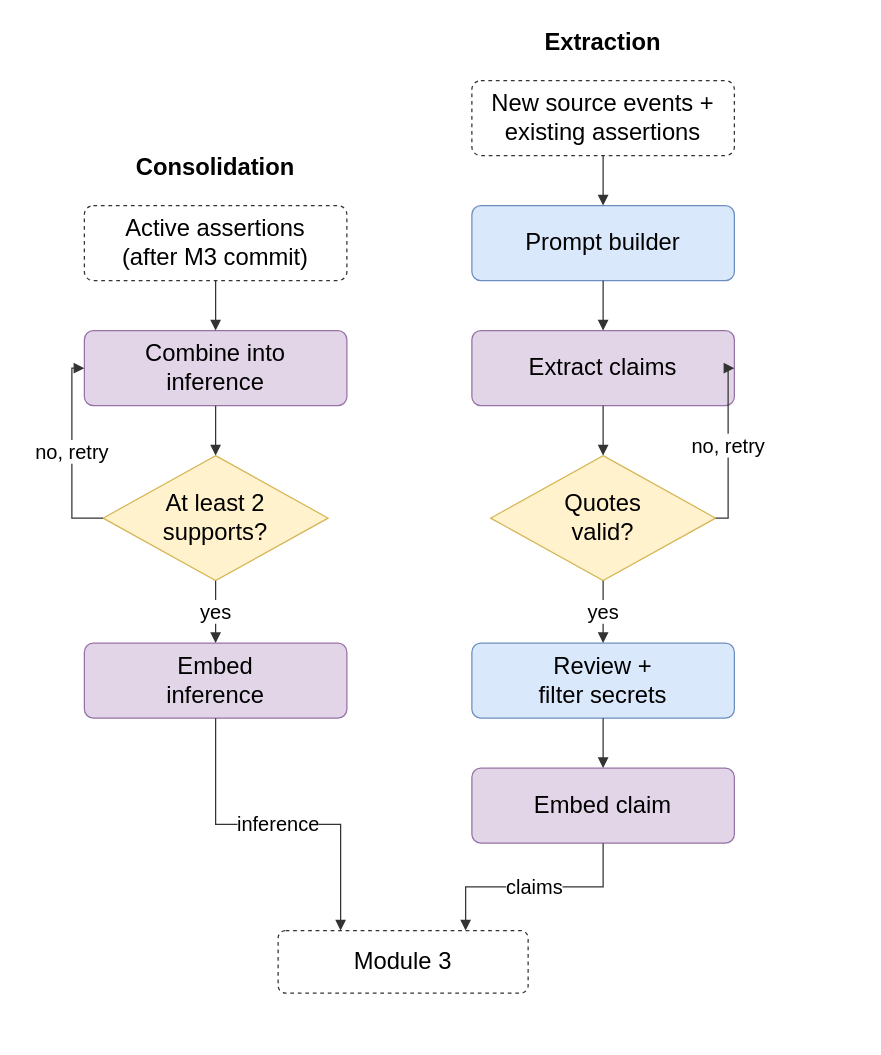
aryaniyaps/sdp-2026 keeps this draw.io diagram as report/diagrams/module-2-knowledge-extraction.drawio. Above is the earlier version. Source tidied: cells renumbered, new cells numbered last; positions are measured from the earlier drawing's top-left corner, leaving out a move shared by most shapes. Both pictures are drawn from the tidied source at 125%, with x=0, y=0 at pixel (84, 24).
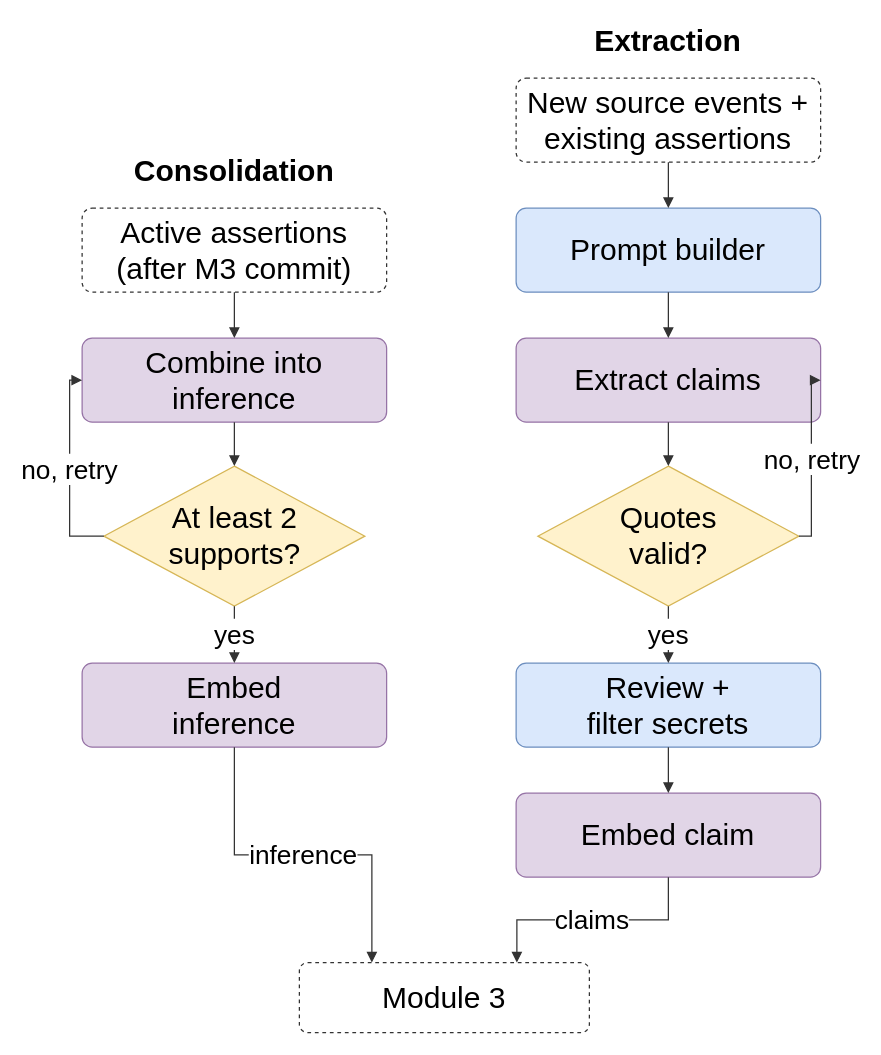
The same diagram, later.

The edit, as a diff of the source:
```diff
@@
-    <mxCell id="2" value="New source events +&lt;br&gt;existing assertions" style="rounded=1;arcSize=12;dashed=1;fillColor=#ffffff;strokeColor=#333333;fontSize=19;fontFamily=Helvetica;whiteSpace=wrap;html=1;" parent="1" vertex="1">
-      <mxGeometry x="310" y="45" width="210" height="60" as="geometry" />
+    <mxCell id="2" value="New source events +&lt;br&gt;existing assertions" style="rounded=1;arcSize=12;dashed=1;fillColor=#ffffff;strokeColor=#333333;fontSize=24;fontFamily=Helvetica;whiteSpace=wrap;html=1;" parent="1" vertex="1">
+      <mxGeometry x="345.4" y="43" width="243.6" height="67.2" as="geometry" />
     </mxCell>
-    <mxCell id="3" value="Prompt builder" style="rounded=1;arcSize=12;fillColor=#dae8fc;strokeColor=#6c8ebf;fontSize=19;fontFamily=Helvetica;whiteSpace=wrap;html=1;" parent="1" vertex="1">
-      <mxGeometry x="310" y="145" width="210" height="60" as="geometry" />
+    <mxCell id="3" value="Prompt builder" style="rounded=1;arcSize=12;fillColor=#dae8fc;strokeColor=#6c8ebf;fontSize=24;fontFamily=Helvetica;whiteSpace=wrap;html=1;" parent="1" vertex="1">
+      <mxGeometry x="345.4" y="147" width="243.6" height="67.2" as="geometry" />
     </mxCell>
-    <mxCell id="4" value="Extract claims" style="rounded=1;arcSize=12;fillColor=#e1d5e7;strokeColor=#9673a6;fontSize=19;fontFamily=Helvetica;whiteSpace=wrap;html=1;" parent="1" vertex="1">
-      <mxGeometry x="310" y="245" width="210" height="60" as="geometry" />
+    <mxCell id="4" value="Extract claims" style="rounded=1;arcSize=12;fillColor=#e1d5e7;strokeColor=#9673a6;fontSize=24;fontFamily=Helvetica;whiteSpace=wrap;html=1;" parent="1" vertex="1">
+      <mxGeometry x="345.4" y="251" width="243.6" height="67.2" as="geometry" />
     </mxCell>
-    <mxCell id="5" value="Quotes&lt;br&gt;valid?" style="rhombus;fillColor=#fff2cc;strokeColor=#d6b656;fontSize=19;fontFamily=Helvetica;whiteSpace=wrap;html=1;" parent="1" vertex="1">
-      <mxGeometry x="325" y="345" width="180" height="100" as="geometry" />
+    <mxCell id="5" value="Quotes&lt;br&gt;valid?" style="rhombus;fillColor=#fff2cc;strokeColor=#d6b656;fontSize=24;fontFamily=Helvetica;whiteSpace=wrap;html=1;" parent="1" vertex="1">
+      <mxGeometry x="362.8" y="353.4" width="208.8" height="112" as="geometry" />
     </mxCell>
-    <mxCell id="6" value="Review +&lt;br&gt;filter secrets" style="rounded=1;arcSize=12;fillColor=#dae8fc;strokeColor=#6c8ebf;fontSize=19;fontFamily=Helvetica;whiteSpace=wrap;html=1;" parent="1" vertex="1">
-      <mxGeometry x="310" y="495" width="210" height="60" as="geometry" />
+    <mxCell id="6" value="Review +&lt;br&gt;filter secrets" style="rounded=1;arcSize=12;fillColor=#dae8fc;strokeColor=#6c8ebf;fontSize=24;fontFamily=Helvetica;whiteSpace=wrap;html=1;" parent="1" vertex="1">
+      <mxGeometry x="345.4" y="511" width="243.6" height="67.2" as="geometry" />
     </mxCell>
-    <mxCell id="7" value="Embed claim" style="rounded=1;arcSize=12;fillColor=#e1d5e7;strokeColor=#9673a6;fontSize=19;fontFamily=Helvetica;whiteSpace=wrap;html=1;" parent="1" vertex="1">
-      <mxGeometry x="310" y="595" width="210" height="60" as="geometry" />
+    <mxCell id="7" value="Embed claim" style="rounded=1;arcSize=12;fillColor=#e1d5e7;strokeColor=#9673a6;fontSize=24;fontFamily=Helvetica;whiteSpace=wrap;html=1;" parent="1" vertex="1">
+      <mxGeometry x="345.4" y="615" width="243.6" height="67.2" as="geometry" />
     </mxCell>
-    <mxCell id="8" value="Active assertions&lt;br&gt;(after M3 commit)" style="rounded=1;arcSize=12;dashed=1;fillColor=#ffffff;strokeColor=#333333;fontSize=19;fontFamily=Helvetica;whiteSpace=wrap;html=1;" parent="1" vertex="1">
-      <mxGeometry y="145" width="210" height="60" as="geometry" />
+    <mxCell id="8" value="Active assertions&lt;br&gt;(after M3 commit)" style="rounded=1;arcSize=12;dashed=1;fillColor=#ffffff;strokeColor=#333333;fontSize=24;fontFamily=Helvetica;whiteSpace=wrap;html=1;" parent="1" vertex="1">
+      <mxGeometry x="-1.8" y="147" width="243.6" height="67.2" as="geometry" />
     </mxCell>
-    <mxCell id="9" value="Combine into&lt;br&gt;inference" style="rounded=1;arcSize=12;fillColor=#e1d5e7;strokeColor=#9673a6;fontSize=19;fontFamily=Helvetica;whiteSpace=wrap;html=1;" parent="1" vertex="1">
-      <mxGeometry y="245" width="210" height="60" as="geometry" />
+    <mxCell id="9" value="Combine into&lt;br&gt;inference" style="rounded=1;arcSize=12;fillColor=#e1d5e7;strokeColor=#9673a6;fontSize=24;fontFamily=Helvetica;whiteSpace=wrap;html=1;" parent="1" vertex="1">
+      <mxGeometry x="-1.8" y="251" width="243.6" height="67.2" as="geometry" />
     </mxCell>
-    <mxCell id="10" value="At least 2&lt;br&gt;supports?" style="rhombus;fillColor=#fff2cc;strokeColor=#d6b656;fontSize=19;fontFamily=Helvetica;whiteSpace=wrap;html=1;" parent="1" vertex="1">
-      <mxGeometry x="15" y="345" width="180" height="100" as="geometry" />
+    <mxCell id="10" value="At least 2&lt;br&gt;supports?" style="rhombus;fillColor=#fff2cc;strokeColor=#d6b656;fontSize=24;fontFamily=Helvetica;whiteSpace=wrap;html=1;" parent="1" vertex="1">
+      <mxGeometry x="15.6" y="353.4" width="208.8" height="112" as="geometry" />
     </mxCell>
-    <mxCell id="11" value="Embed&lt;br&gt;inference" style="rounded=1;arcSize=12;fillColor=#e1d5e7;strokeColor=#9673a6;fontSize=19;fontFamily=Helvetica;whiteSpace=wrap;html=1;" parent="1" vertex="1">
-      <mxGeometry y="495" width="210" height="60" as="geometry" />
+    <mxCell id="11" value="Embed&lt;br&gt;inference" style="rounded=1;arcSize=12;fillColor=#e1d5e7;strokeColor=#9673a6;fontSize=24;fontFamily=Helvetica;whiteSpace=wrap;html=1;" parent="1" vertex="1">
+      <mxGeometry x="-1.8" y="511" width="243.6" height="67.2" as="geometry" />
     </mxCell>
-    <mxCell id="12" value="Module 3" style="rounded=1;arcSize=12;dashed=1;fillColor=#ffffff;strokeColor=#333333;fontSize=19;fontFamily=Helvetica;whiteSpace=wrap;html=1;" parent="1" vertex="1">
-      <mxGeometry x="155" y="725" width="200" height="50" as="geometry" />
+    <mxCell id="12" value="Module 3" style="rounded=1;arcSize=12;dashed=1;fillColor=#ffffff;strokeColor=#333333;fontSize=24;fontFamily=Helvetica;whiteSpace=wrap;html=1;" parent="1" vertex="1">
+      <mxGeometry x="172" y="750.6" width="232" height="56" as="geometry" />
     </mxCell>
-    <mxCell id="13" value="Extraction" style="text;align=left;verticalAlign=middle;fontStyle=1;fontSize=19;fontFamily=Helvetica;whiteSpace=wrap;html=1;align=center;" parent="1" vertex="1">
-      <mxGeometry x="310" width="210" height="30" as="geometry" />
+    <mxCell id="13" value="Extraction" style="text;align=left;verticalAlign=middle;fontStyle=1;fontSize=24;fontFamily=Helvetica;whiteSpace=wrap;html=1;align=center;" parent="1" vertex="1">
+      <mxGeometry x="345.4" y="-2.6" width="243.6" height="33.6" as="geometry" />
     </mxCell>
-    <mxCell id="14" value="Consolidation" style="text;align=left;verticalAlign=middle;fontStyle=1;fontSize=19;fontFamily=Helvetica;whiteSpace=wrap;html=1;align=center;" parent="1" vertex="1">
-      <mxGeometry y="100" width="210" height="30" as="geometry" />
+    <mxCell id="14" value="Consolidation" style="text;align=left;verticalAlign=middle;fontStyle=1;fontSize=24;fontFamily=Helvetica;whiteSpace=wrap;html=1;align=center;" parent="1" vertex="1">
+      <mxGeometry x="-1.8" y="101.4" width="243.6" height="33.6" as="geometry" />
     </mxCell>
-    <mxCell id="15" style="edgeStyle=orthogonalEdgeStyle;rounded=0;html=1;endArrow=block;endFill=1;strokeColor=#333333;fontSize=16;labelBackgroundColor=#ffffff;" parent="1" edge="1" source="2" target="3">
+    <mxCell id="15" style="edgeStyle=orthogonalEdgeStyle;rounded=0;html=1;endArrow=block;endFill=1;strokeColor=#333333;fontSize=21;labelBackgroundColor=#ffffff;" parent="1" edge="1" source="2" target="3">
       <mxGeometry relative="1" as="geometry" />
     </mxCell>
-    <mxCell id="16" style="edgeStyle=orthogonalEdgeStyle;rounded=0;html=1;endArrow=block;endFill=1;strokeColor=#333333;fontSize=16;labelBackgroundColor=#ffffff;" parent="1" edge="1" source="3" target="4">
+    <mxCell id="16" style="edgeStyle=orthogonalEdgeStyle;rounded=0;html=1;endArrow=block;endFill=1;strokeColor=#333333;fontSize=21;labelBackgroundColor=#ffffff;" parent="1" edge="1" source="3" target="4">
       <mxGeometry relative="1" as="geometry" />
     </mxCell>
-    <mxCell id="17" style="edgeStyle=orthogonalEdgeStyle;rounded=0;html=1;endArrow=block;endFill=1;strokeColor=#333333;fontSize=16;labelBackgroundColor=#ffffff;" parent="1" edge="1" source="4" target="5">
+    <mxCell id="17" style="edgeStyle=orthogonalEdgeStyle;rounded=0;html=1;endArrow=block;endFill=1;strokeColor=#333333;fontSize=21;labelBackgroundColor=#ffffff;" parent="1" edge="1" source="4" target="5">
       <mxGeometry relative="1" as="geometry" />
     </mxCell>
-    <mxCell id="18" value="yes" style="edgeStyle=orthogonalEdgeStyle;rounded=0;html=1;endArrow=block;endFill=1;strokeColor=#333333;fontSize=16;labelBackgroundColor=#ffffff;" parent="1" edge="1" source="5" target="6">
+    <mxCell id="18" value="yes" style="edgeStyle=orthogonalEdgeStyle;rounded=0;html=1;endArrow=block;endFill=1;strokeColor=#333333;fontSize=21;labelBackgroundColor=#ffffff;" parent="1" edge="1" source="5" target="6">
       <mxGeometry relative="1" as="geometry" />
     </mxCell>
-    <mxCell id="19" value="no, retry" style="edgeStyle=orthogonalEdgeStyle;rounded=0;html=1;endArrow=block;endFill=1;strokeColor=#333333;fontSize=16;labelBackgroundColor=#ffffff;exitX=1;exitY=0.5;entryX=1;entryY=0.5;" parent="1" edge="1" source="5" target="4">
+    <mxCell id="19" value="no, retry" style="edgeStyle=orthogonalEdgeStyle;rounded=0;html=1;endArrow=block;endFill=1;strokeColor=#333333;fontSize=21;labelBackgroundColor=#ffffff;exitX=1;exitY=0.5;entryX=1;entryY=0.5;" parent="1" edge="1" source="5" target="4">
       <mxGeometry relative="1" as="geometry" />
     </mxCell>
-    <mxCell id="20" style="edgeStyle=orthogonalEdgeStyle;rounded=0;html=1;endArrow=block;endFill=1;strokeColor=#333333;fontSize=16;labelBackgroundColor=#ffffff;" parent="1" edge="1" source="6" target="7">
+    <mxCell id="20" style="edgeStyle=orthogonalEdgeStyle;rounded=0;html=1;endArrow=block;endFill=1;strokeColor=#333333;fontSize=21;labelBackgroundColor=#ffffff;" parent="1" edge="1" source="6" target="7">
       <mxGeometry relative="1" as="geometry" />
     </mxCell>
-    <mxCell id="21" value="claims" style="edgeStyle=orthogonalEdgeStyle;rounded=0;html=1;endArrow=block;endFill=1;strokeColor=#333333;fontSize=16;labelBackgroundColor=#ffffff;exitX=0.5;exitY=1;entryX=0.75;entryY=0;" parent="1" edge="1" source="7" target="12">
+    <mxCell id="21" value="claims" style="edgeStyle=orthogonalEdgeStyle;rounded=0;html=1;endArrow=block;endFill=1;strokeColor=#333333;fontSize=21;labelBackgroundColor=#ffffff;exitX=0.5;exitY=1;entryX=0.75;entryY=0;" parent="1" edge="1" source="7" target="12">
       <mxGeometry relative="1" as="geometry" />
     </mxCell>
-    <mxCell id="22" style="edgeStyle=orthogonalEdgeStyle;rounded=0;html=1;endArrow=block;endFill=1;strokeColor=#333333;fontSize=16;labelBackgroundColor=#ffffff;" parent="1" edge="1" source="8" target="9">
+    <mxCell id="22" style="edgeStyle=orthogonalEdgeStyle;rounded=0;html=1;endArrow=block;endFill=1;strokeColor=#333333;fontSize=21;labelBackgroundColor=#ffffff;" parent="1" edge="1" source="8" target="9">
       <mxGeometry relative="1" as="geometry" />
     </mxCell>
-    <mxCell id="23" style="edgeStyle=orthogonalEdgeStyle;rounded=0;html=1;endArrow=block;endFill=1;strokeColor=#333333;fontSize=16;labelBackgroundColor=#ffffff;" parent="1" edge="1" source="9" target="10">
+    <mxCell id="23" style="edgeStyle=orthogonalEdgeStyle;rounded=0;html=1;endArrow=block;endFill=1;strokeColor=#333333;fontSize=21;labelBackgroundColor=#ffffff;" parent="1" edge="1" source="9" target="10">
       <mxGeometry relative="1" as="geometry" />
     </mxCell>
-    <mxCell id="24" value="yes" style="edgeStyle=orthogonalEdgeStyle;rounded=0;html=1;endArrow=block;endFill=1;strokeColor=#333333;fontSize=16;labelBackgroundColor=#ffffff;" parent="1" edge="1" source="10" target="11">
+    <mxCell id="24" value="yes" style="edgeStyle=orthogonalEdgeStyle;rounded=0;html=1;endArrow=block;endFill=1;strokeColor=#333333;fontSize=21;labelBackgroundColor=#ffffff;" parent="1" edge="1" source="10" target="11">
       <mxGeometry relative="1" as="geometry" />
     </mxCell>
-    <mxCell id="25" value="no, retry" style="edgeStyle=orthogonalEdgeStyle;rounded=0;html=1;endArrow=block;endFill=1;strokeColor=#333333;fontSize=16;labelBackgroundColor=#ffffff;exitX=0;exitY=0.5;entryX=0;entryY=0.5;" parent="1" edge="1" source="10" target="9">
+    <mxCell id="25" value="no, retry" style="edgeStyle=orthogonalEdgeStyle;rounded=0;html=1;endArrow=block;endFill=1;strokeColor=#333333;fontSize=21;labelBackgroundColor=#ffffff;exitX=0;exitY=0.5;entryX=0;entryY=0.5;" parent="1" edge="1" source="10" target="9">
       <mxGeometry relative="1" as="geometry" />
     </mxCell>
-    <mxCell id="26" value="inference" style="edgeStyle=orthogonalEdgeStyle;rounded=0;html=1;endArrow=block;endFill=1;strokeColor=#333333;fontSize=16;labelBackgroundColor=#ffffff;exitX=0.5;exitY=1;entryX=0.25;entryY=0;" parent="1" edge="1" source="11" target="12">
+    <mxCell id="26" value="inference" style="edgeStyle=orthogonalEdgeStyle;rounded=0;html=1;endArrow=block;endFill=1;strokeColor=#333333;fontSize=21;labelBackgroundColor=#ffffff;exitX=0.5;exitY=1;entryX=0.25;entryY=0;" parent="1" edge="1" source="11" target="12">
       <mxGeometry relative="1" as="geometry" />
     </mxCell>
```
